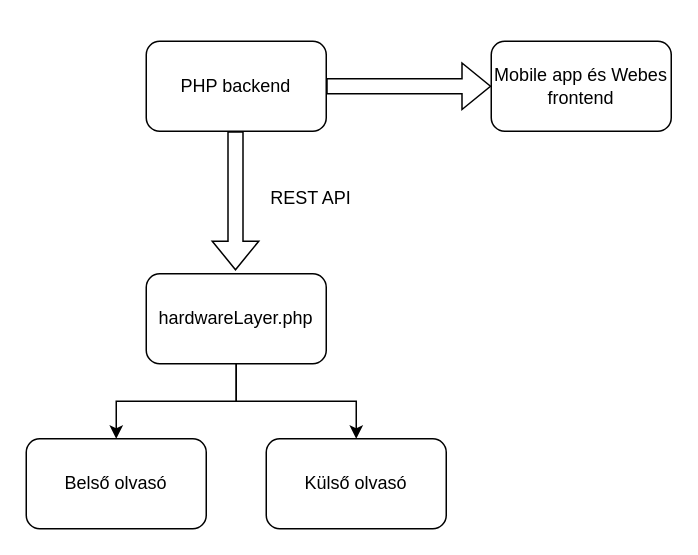
Above: documentation/images/belepteto-rendszerterv.drawio in Mlevike/okos-belepteto-rendszer (draw.io), before the change. Source tidied: cells renumbered, new cells numbered last; positions are measured from the earlier drawing's top-left corner, leaving out a move shared by most shapes. Both pictures are drawn from the tidied source at 150%, with x=0, y=0 at pixel (26, 26).
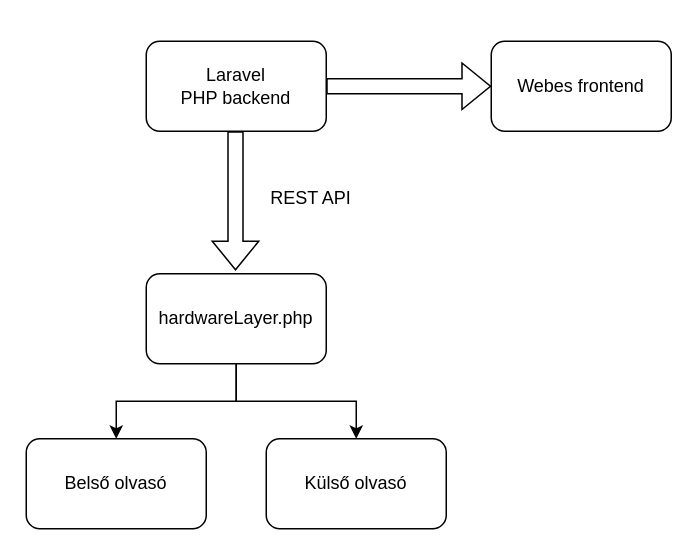
After the change.

What changed in the source:
```diff
@@
 <mxGraphModel>
   <root>
     <mxCell id="0" />
     <mxCell id="1" parent="0" />
     <mxCell id="2" style="shape=flexArrow;endArrow=classic;html=1;rounded=0;" parent="1" edge="1">
       <mxGeometry relative="1" as="geometry">
         <mxPoint x="200" y="40" as="sourcePoint" />
         <mxPoint x="310" y="40" as="targetPoint" />
       </mxGeometry>
     </mxCell>
     <mxCell id="3" style="group;" parent="1" vertex="1">
       <mxGeometry x="80" width="150" height="150" as="geometry" />
     </mxCell>
-    <mxCell id="4" value="PHP backend" style="rounded=1;whiteSpace=wrap;html=1;" parent="3" vertex="1">
+    <mxCell id="4" value="Laravel&lt;br&gt;PHP backend" style="rounded=1;whiteSpace=wrap;html=1;" parent="3" vertex="1">
       <mxGeometry y="10" width="120" height="60" as="geometry" />
     </mxCell>
     <mxCell id="5" style="shape=flexArrow;endArrow=classic;html=1;rounded=0;" parent="3" edge="1">
       <mxGeometry relative="1" as="geometry">
         <mxPoint x="59.5" y="70" as="sourcePoint" />
         <mxPoint x="59.5" y="162.8" as="targetPoint" />
       </mxGeometry>
     </mxCell>
     <mxCell id="6" value="REST API" style="text;html=1;strokeColor=none;fillColor=none;align=center;verticalAlign=middle;whiteSpace=wrap;rounded=0;" parent="3" vertex="1">
       <mxGeometry x="70" y="100" width="80" height="30" as="geometry" />
     </mxCell>
-    <mxCell id="7" value="Mobile app és Webes frontend" style="rounded=1;whiteSpace=wrap;html=1;" parent="1" vertex="1">
+    <mxCell id="7" value="Webes frontend" style="rounded=1;whiteSpace=wrap;html=1;" parent="1" vertex="1">
       <mxGeometry x="310" y="10" width="120" height="60" as="geometry" />
     </mxCell>
     <mxCell id="8" style="edgeStyle=orthogonalEdgeStyle;rounded=0;jettySize=auto;html=1;exitX=0.5;exitY=1;exitDx=0;exitDy=0;entryX=0.5;entryY=0;entryDx=0;entryDy=0;" parent="1" edge="1" source="10" target="11">
       <mxGeometry relative="1" as="geometry" />
     </mxCell>
     <mxCell id="9" style="edgeStyle=orthogonalEdgeStyle;rounded=0;jettySize=auto;html=1;exitX=0.5;exitY=1;exitDx=0;exitDy=0;" parent="1" edge="1" source="10" target="12">
       <mxGeometry relative="1" as="geometry" />
     </mxCell>
     <mxCell id="10" value="hardwareLayer.php" style="rounded=1;whiteSpace=wrap;html=1;" parent="1" vertex="1">
       <mxGeometry x="80" y="165" width="120" height="60" as="geometry" />
     </mxCell>
     <mxCell id="11" value="Belső olvasó" style="rounded=1;whiteSpace=wrap;html=1;" parent="1" vertex="1">
       <mxGeometry y="275" width="120" height="60" as="geometry" />
     </mxCell>
     <mxCell id="12" value="Külső olvasó" style="rounded=1;whiteSpace=wrap;html=1;" parent="1" vertex="1">
       <mxGeometry x="160" y="275" width="120" height="60" as="geometry" />
     </mxCell>
   </root>
 </mxGraphModel>
```
